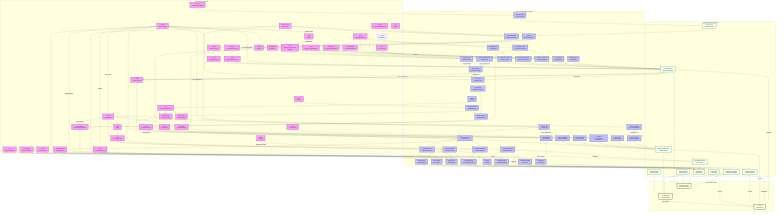
Earlier version of the Mermaid export docs/figures/scoliosis_mechanism_map.png (sayuj1989-ops/life). Its source is kept beside it as docs/figures/scoliosis_mechanism_map.mmd.
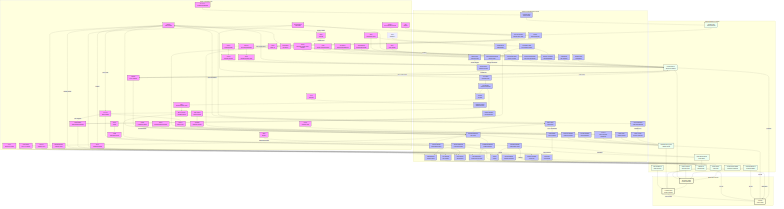
The same diagram one commit later.

Commit message:
weekly-map: add TRPV4 mechanotransduction arc

The edit, as a diff of the source:
```diff
@@ -38,6 +38,7 @@
         KCNQ[KCNQ<br/>Potassium Channel]
         GPX4[GPX4<br/>Antioxidant Defense]
         CAV1[CAV1<br/>Caveolin-1]
+        TRPV4[TRPV4<br/>Mechanosensitive Channel]
     end
 
     subgraph Processes [Cellular & Developmental Processes]
@@ -279,7 +280,9 @@
     CAV1 --> Membrane_Tension
     Membrane_Tension --> YAP
 
-    class HOX,COL,PIEZO1,PIEZO2,CILIA,LBX1,ADGRG6,PTK7,YAP,PKD2L1,MMP,URP,UTS2R,GFAP,VIM,LAMIN,BMAL1,RUNX3,METTL3,ESR1,MELATONIN,MT2,HIF1A,POC5,DSTYK,TFEB,Beta_Catenin,DPY19L1L,IGF1R,GHR,SOST,FBN1,CCN,PPARGC1A,KCNQ,GPX4,CAV1 gene;
+    TRPV4 --> Mech_Trans
+
+    class HOX,COL,PIEZO1,PIEZO2,CILIA,LBX1,ADGRG6,PTK7,YAP,PKD2L1,MMP,URP,UTS2R,GFAP,VIM,LAMIN,BMAL1,RUNX3,METTL3,ESR1,MELATONIN,MT2,HIF1A,POC5,DSTYK,TFEB,Beta_Catenin,DPY19L1L,IGF1R,GHR,SOST,FBN1,CCN,PPARGC1A,KCNQ,GPX4,CAV1,TRPV4 gene;
     class Region,ECM_Assembly,Mech_Trans,Sym_Break,Neur_Diff,Muscle_Diff,Disc_Maint,PCP_Sig,Nucl_Shuttle,CSF_Sensing,Degradation,Astrogliosis,mtROS,Adipogenesis,Hydraulic_Congestion,Immune_Infilt,Circadian_Entrain,Proprio_Maint,H3K9me3,VCL_Stasis,Glymphatic_Stasis,Vestibular_Input,Gi_cAMP,Ciliary_Tuning,Hypoxia,Osteogenesis,Ciliary_Splint,Vacuole_Biogenesis,C_Mannosylation,Rapid_Growth,Energy_Deficit,mtBiogenesis,Fibrosis,TGFB,Osteocyte_Dendrite,Actin_Dynamics,VEGF_A,Ferroptosis,Membrane_Tension process;
     class Rest_Kappa,Stiffness,Torsional_Stiffness,Gain,Torsion,Muscle_Tone,Anisotropy,TMD,Reissner_Fiber,Growth_Plate_Dysplasia tissue;
     class S_Curve,Stability,Scoliosis outcome;
```
